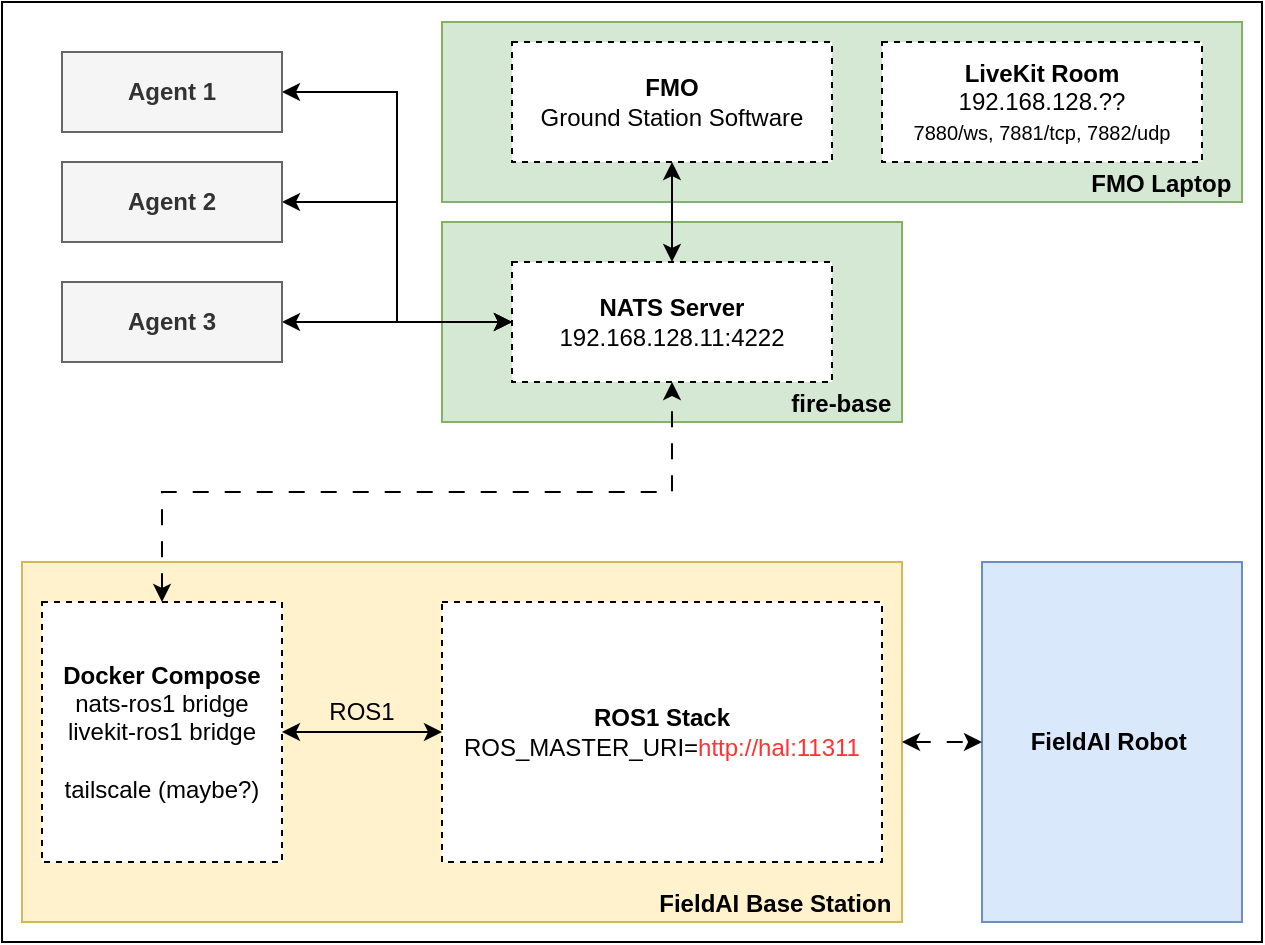
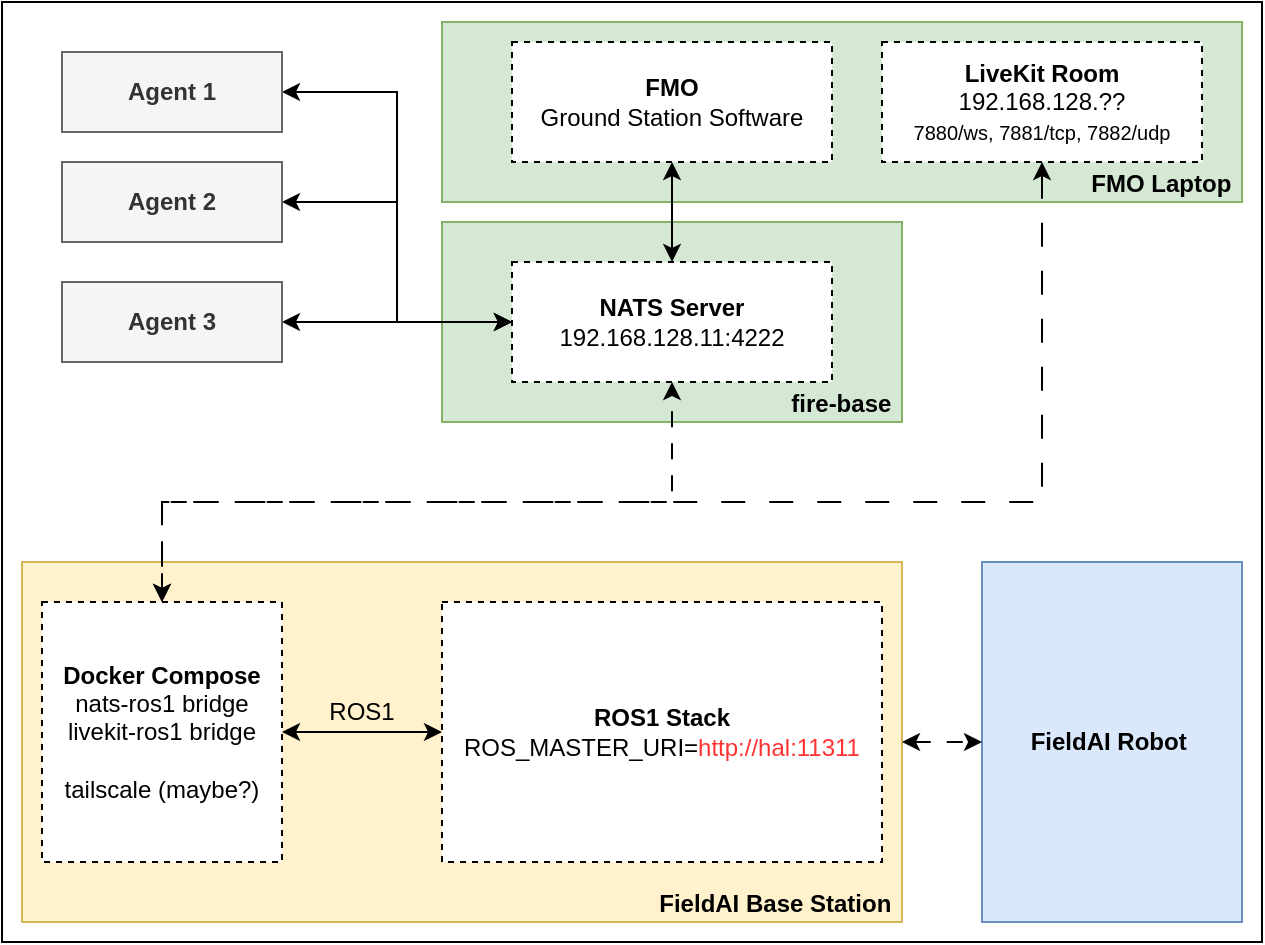
<mxfile host="app.diagrams.net" agent="Mozilla/5.0 (X11; Linux x86_64) AppleWebKit/537.36 (KHTML, like Gecko) draw.io/28.2.5 Chrome/138.0.7204.251 Electron/37.6.1 Safari/537.36">
  <diagram name="Page-1" id="4LKxJmiHCzAgHi-25CAg">
    <mxGraphModel dx="978" dy="538" grid="1" gridSize="10" guides="1" tooltips="1" connect="1" arrows="1" fold="1" page="1" pageScale="1" pageWidth="850" pageHeight="1100" math="0" shadow="0">
      <root>
        <mxCell id="0" />
        <mxCell id="1" parent="0" />
        <mxCell id="ao4_OA2Sh6UKhkAWIHi6-6" parent="1" style="rounded=0;whiteSpace=wrap;html=1;" value="" vertex="1">
          <mxGeometry height="470" width="630" x="140" y="260" as="geometry" />
        </mxCell>
        <mxCell id="K1pB0g2Fk4yvMkdCrYzS-1" parent="1" style="rounded=0;whiteSpace=wrap;html=1;align=right;verticalAlign=bottom;fillColor=#d5e8d4;strokeColor=#82b366;" value="&lt;b&gt;fire-base&amp;nbsp;&lt;/b&gt;" vertex="1">
          <mxGeometry height="100" width="230" x="360" y="370" as="geometry" />
        </mxCell>
        <mxCell id="NqXXLPDWZZw7BoWwIbQB-7" parent="1" style="rounded=0;whiteSpace=wrap;html=1;align=right;verticalAlign=bottom;fillColor=#d5e8d4;strokeColor=#82b366;" value="&lt;b&gt;FMO Laptop&amp;nbsp;&lt;/b&gt;" vertex="1">
          <mxGeometry height="90" width="400" x="360" y="270" as="geometry" />
        </mxCell>
        <mxCell id="NqXXLPDWZZw7BoWwIbQB-6" parent="1" style="rounded=0;whiteSpace=wrap;html=1;align=center;verticalAlign=middle;fillColor=#dae8fc;strokeColor=#6c8ebf;" value="&lt;b&gt;FieldAI Robot&amp;nbsp;&lt;/b&gt;" vertex="1">
          <mxGeometry height="180" width="130" x="630" y="540" as="geometry" />
        </mxCell>
        <mxCell id="NqXXLPDWZZw7BoWwIbQB-2" parent="1" style="rounded=0;whiteSpace=wrap;html=1;dashed=1;" value="&lt;b&gt;NATS Server&lt;/b&gt;&lt;div&gt;192.168.128.11:4222&lt;/div&gt;" vertex="1">
          <mxGeometry height="60" width="160" x="395" y="390" as="geometry" />
        </mxCell>
        <mxCell id="33FqFWJDVf2yEUuYl60e-10" edge="1" parent="1" source="NqXXLPDWZZw7BoWwIbQB-8" style="edgeStyle=orthogonalEdgeStyle;rounded=0;orthogonalLoop=1;jettySize=auto;html=1;exitX=0.5;exitY=1;exitDx=0;exitDy=0;entryX=0.5;entryY=0;entryDx=0;entryDy=0;startArrow=classic;startFill=1;" target="NqXXLPDWZZw7BoWwIbQB-2">
          <mxGeometry relative="1" as="geometry" />
        </mxCell>
        <mxCell id="NqXXLPDWZZw7BoWwIbQB-8" parent="1" style="rounded=0;whiteSpace=wrap;html=1;dashed=1;" value="&lt;b&gt;FMO&lt;/b&gt;&lt;div&gt;Ground Station Software&lt;/div&gt;" vertex="1">
          <mxGeometry height="60" width="160" x="395" y="280" as="geometry" />
        </mxCell>
        <mxCell id="33FqFWJDVf2yEUuYl60e-5" edge="1" parent="1" source="33FqFWJDVf2yEUuYl60e-2" style="edgeStyle=orthogonalEdgeStyle;rounded=0;orthogonalLoop=1;jettySize=auto;html=1;exitX=1;exitY=0.5;exitDx=0;exitDy=0;entryX=0;entryY=0.5;entryDx=0;entryDy=0;startArrow=classic;startFill=1;" target="NqXXLPDWZZw7BoWwIbQB-2">
          <mxGeometry relative="1" as="geometry" />
        </mxCell>
        <mxCell id="33FqFWJDVf2yEUuYl60e-2" parent="1" style="rounded=0;whiteSpace=wrap;html=1;align=center;verticalAlign=middle;fillColor=#f5f5f5;fontColor=#333333;strokeColor=#666666;" value="&lt;b&gt;Agent 1&lt;/b&gt;" vertex="1">
          <mxGeometry height="40" width="110" x="170" y="285" as="geometry" />
        </mxCell>
        <mxCell id="33FqFWJDVf2yEUuYl60e-6" edge="1" parent="1" source="33FqFWJDVf2yEUuYl60e-3" style="edgeStyle=orthogonalEdgeStyle;rounded=0;orthogonalLoop=1;jettySize=auto;html=1;exitX=1;exitY=0.5;exitDx=0;exitDy=0;entryX=0;entryY=0.5;entryDx=0;entryDy=0;startArrow=classic;startFill=1;" target="NqXXLPDWZZw7BoWwIbQB-2">
          <mxGeometry relative="1" as="geometry" />
        </mxCell>
        <mxCell id="33FqFWJDVf2yEUuYl60e-3" parent="1" style="rounded=0;whiteSpace=wrap;html=1;align=center;verticalAlign=middle;fillColor=#f5f5f5;fontColor=#333333;strokeColor=#666666;" value="&lt;b&gt;Agent 2&lt;/b&gt;" vertex="1">
          <mxGeometry height="40" width="110" x="170" y="340" as="geometry" />
        </mxCell>
        <mxCell id="33FqFWJDVf2yEUuYl60e-7" edge="1" parent="1" source="33FqFWJDVf2yEUuYl60e-4" style="edgeStyle=orthogonalEdgeStyle;rounded=0;orthogonalLoop=1;jettySize=auto;html=1;exitX=1;exitY=0.5;exitDx=0;exitDy=0;entryX=0;entryY=0.5;entryDx=0;entryDy=0;startArrow=classic;startFill=1;" target="NqXXLPDWZZw7BoWwIbQB-2">
          <mxGeometry relative="1" as="geometry" />
        </mxCell>
        <mxCell id="33FqFWJDVf2yEUuYl60e-4" parent="1" style="rounded=0;whiteSpace=wrap;html=1;align=center;verticalAlign=middle;fillColor=#f5f5f5;fontColor=#333333;strokeColor=#666666;" value="&lt;b&gt;Agent 3&lt;/b&gt;" vertex="1">
          <mxGeometry height="40" width="110" x="170" y="400" as="geometry" />
        </mxCell>
        <mxCell id="Mt-QOnj-M8pVkXTkuhvp-1" parent="1" style="rounded=0;whiteSpace=wrap;html=1;verticalAlign=bottom;align=right;fillColor=#fff2cc;strokeColor=#d6b656;" value="&lt;div&gt;&lt;b&gt;FieldAI Base Station&amp;nbsp;&lt;/b&gt;&lt;/div&gt;" vertex="1">
          <mxGeometry height="180" width="440" x="150" y="540" as="geometry" />
        </mxCell>
        <mxCell id="NqXXLPDWZZw7BoWwIbQB-3" parent="1" style="rounded=0;whiteSpace=wrap;html=1;verticalAlign=middle;dashed=1;" value="&lt;div&gt;&lt;b&gt;Docker Compose&lt;/b&gt;&lt;/div&gt;&lt;div&gt;nats-ros1 bridge&lt;/div&gt;&lt;div&gt;livekit-ros1 bridge&lt;/div&gt;&lt;div&gt;&lt;br&gt;&lt;/div&gt;&lt;div&gt;tailscale (maybe?)&lt;/div&gt;" vertex="1">
          <mxGeometry height="130" width="120" x="160" y="560" as="geometry" />
        </mxCell>
        <mxCell id="1vgdmPXWtOp6ZMq3ka-s-1" parent="1" style="rounded=0;whiteSpace=wrap;html=1;dashed=1;" value="&lt;b&gt;ROS1 Stack&lt;/b&gt;&lt;br&gt;ROS_MASTER_URI=&lt;font style=&quot;color: rgb(255, 51, 51);&quot;&gt;http://hal:11311&lt;/font&gt;" vertex="1">
          <mxGeometry height="130" width="220" x="360" y="560" as="geometry" />
        </mxCell>
        <mxCell id="33FqFWJDVf2yEUuYl60e-9" parent="1" style="text;html=1;align=center;verticalAlign=middle;whiteSpace=wrap;rounded=0;rotation=0;" value="ROS1" vertex="1">
          <mxGeometry height="30" width="60" x="290" y="600" as="geometry" />
        </mxCell>
        <mxCell id="NqXXLPDWZZw7BoWwIbQB-9" edge="1" parent="1" source="NqXXLPDWZZw7BoWwIbQB-3" style="edgeStyle=orthogonalEdgeStyle;rounded=0;orthogonalLoop=1;jettySize=auto;html=1;startArrow=classic;startFill=1;entryX=0;entryY=0.5;entryDx=0;entryDy=0;" target="1vgdmPXWtOp6ZMq3ka-s-1">
          <mxGeometry relative="1" as="geometry" />
        </mxCell>
        <mxCell id="NqXXLPDWZZw7BoWwIbQB-10" edge="1" parent="1" source="NqXXLPDWZZw7BoWwIbQB-3" style="edgeStyle=orthogonalEdgeStyle;rounded=0;orthogonalLoop=1;jettySize=auto;html=1;exitX=0.5;exitY=0;exitDx=0;exitDy=0;startArrow=classic;startFill=1;dashed=1;dashPattern=8 8;" target="NqXXLPDWZZw7BoWwIbQB-2">
-           <mxGeometry relative="1" as="geometry" />
+           <mxGeometry relative="1" as="geometry">
+             <Array as="points">
+               <mxPoint x="220" y="510" />
+               <mxPoint x="475" y="510" />
+             </Array>
+           </mxGeometry>
        </mxCell>
        <mxCell id="1vgdmPXWtOp6ZMq3ka-s-3" edge="1" parent="1" source="Mt-QOnj-M8pVkXTkuhvp-1" style="edgeStyle=orthogonalEdgeStyle;rounded=0;orthogonalLoop=1;jettySize=auto;html=1;exitX=1;exitY=0.5;exitDx=0;exitDy=0;startArrow=classic;startFill=1;entryX=0;entryY=0.5;entryDx=0;entryDy=0;dashed=1;dashPattern=8 8;" target="NqXXLPDWZZw7BoWwIbQB-6">
          <mxGeometry relative="1" as="geometry">
            <mxPoint x="460" y="660" as="sourcePoint" />
            <mxPoint x="710" y="530" as="targetPoint" />
+           </mxGeometry>
+         </mxCell>
+         <mxCell id="qBYYMGFewZOWRPkuQaBo-2" edge="1" parent="1" source="qBYYMGFewZOWRPkuQaBo-1" style="edgeStyle=orthogonalEdgeStyle;rounded=0;orthogonalLoop=1;jettySize=auto;html=1;exitX=0.5;exitY=1;exitDx=0;exitDy=0;entryX=0.5;entryY=0;entryDx=0;entryDy=0;startArrow=classic;startFill=1;dashed=1;dashPattern=12 12;" target="NqXXLPDWZZw7BoWwIbQB-3">
+           <mxGeometry relative="1" as="geometry">
+             <Array as="points">
+               <mxPoint x="660" y="510" />
+               <mxPoint x="220" y="510" />
+             </Array>
          </mxGeometry>
        </mxCell>
        <mxCell id="qBYYMGFewZOWRPkuQaBo-1" parent="1" style="rounded=0;whiteSpace=wrap;html=1;dashed=1;" value="&lt;div&gt;&lt;b&gt;LiveKit Room&lt;/b&gt;&lt;/div&gt;&lt;div&gt;192.168.128.??&lt;/div&gt;&lt;div&gt;&lt;span style=&quot;font-size: x-small;&quot;&gt;7880/ws, 7881/tcp, 7882/udp&lt;/span&gt;&lt;/div&gt;" vertex="1">
          <mxGeometry height="60" width="160" x="580" y="280" as="geometry" />
        </mxCell>
      </root>
    </mxGraphModel>
  </diagram>
</mxfile>
